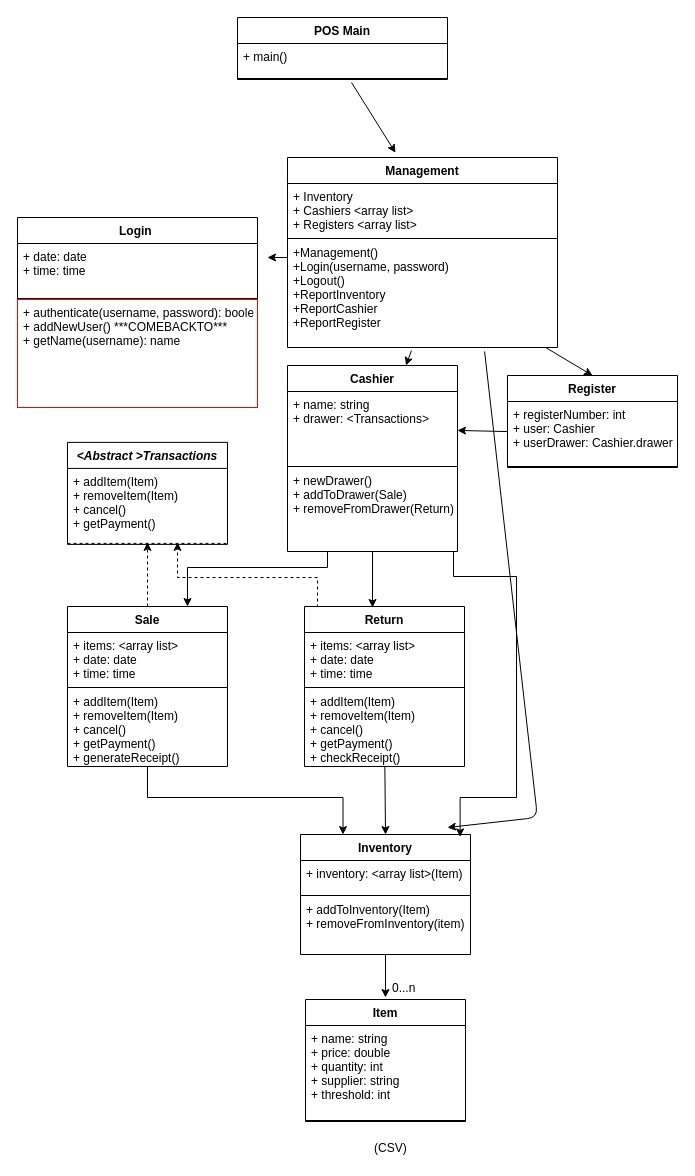
This is POS Clas Diagram.drawio from donovansmith/simple_pos, a draw.io file, before an edit. Source tidied: cells renumbered, new cells numbered last; positions are measured from the earlier drawing's top-left corner, leaving out a move shared by most shapes. Both pictures are drawn from the tidied source at 100%, with x=0, y=0 at pixel (17, 17).
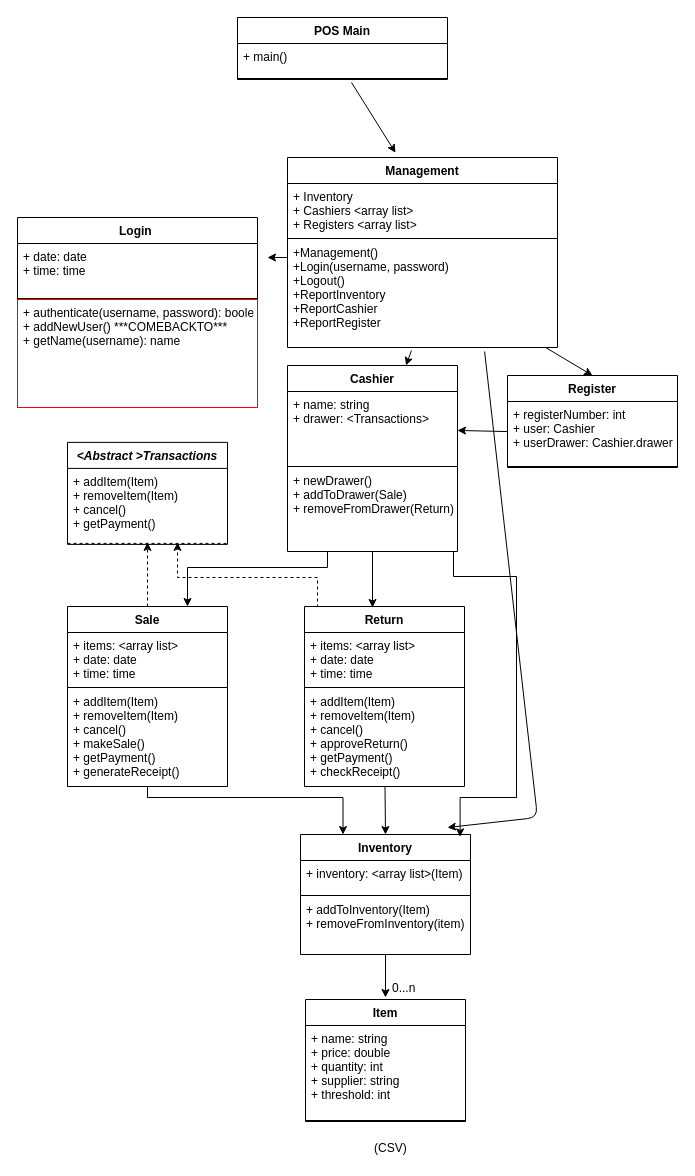
Above is the later version.

Diff of the diagram source:
```diff
@@
     <mxCell id="7" value="Sale" style="swimlane;fontStyle=1;align=center;verticalAlign=top;horizontal=1;startSize=26;" parent="1" vertex="1">
-      <mxGeometry x="50" y="589" width="160" height="160" as="geometry" />
+      <mxGeometry x="50" y="589" width="160" height="180" as="geometry" />
     </mxCell>
@@
-    <mxCell id="10" value="+ addItem(Item)&#10;+ removeItem(Item)&#10;+ cancel()&#10;+ getPayment()&#10;+ generateReceipt()" style="text;strokeColor=none;fillColor=none;align=left;verticalAlign=top;spacingLeft=4;spacingRight=4;overflow=hidden;points=[[0,0.5],[1,0.5]];portConstraint=eastwest;" parent="7" vertex="1">
-      <mxGeometry y="82" width="160" height="78" as="geometry" />
+    <mxCell id="10" value="+ addItem(Item)&#10;+ removeItem(Item)&#10;+ cancel()&#10;+ makeSale()&#10;+ getPayment()&#10;+ generateReceipt()" style="text;strokeColor=none;fillColor=none;align=left;verticalAlign=top;spacingLeft=4;spacingRight=4;overflow=hidden;points=[[0,0.5],[1,0.5]];portConstraint=eastwest;" parent="7" vertex="1">
+      <mxGeometry y="82" width="160" height="98" as="geometry" />
     </mxCell>
@@
     <mxCell id="24" value="Return" style="swimlane;fontStyle=1;align=center;verticalAlign=top;horizontal=1;startSize=26;" parent="1" vertex="1">
-      <mxGeometry x="287" y="589" width="160" height="160" as="geometry" />
+      <mxGeometry x="287" y="589" width="160" height="180" as="geometry" />
     </mxCell>
@@
-    <mxCell id="27" value="+ addItem(Item)&#10;+ removeItem(Item)&#10;+ cancel()&#10;+ getPayment()&#10;+ checkReceipt()&#10;" style="text;strokeColor=none;fillColor=none;align=left;verticalAlign=top;spacingLeft=4;spacingRight=4;overflow=hidden;points=[[0,0.5],[1,0.5]];portConstraint=eastwest;" parent="24" vertex="1">
-      <mxGeometry y="82" width="160" height="78" as="geometry" />
+    <mxCell id="27" value="+ addItem(Item)&#10;+ removeItem(Item)&#10;+ cancel()&#10;+ approveReturn()&#10;+ getPayment()&#10;+ checkReceipt()&#10;" style="text;strokeColor=none;fillColor=none;align=left;verticalAlign=top;spacingLeft=4;spacingRight=4;overflow=hidden;points=[[0,0.5],[1,0.5]];portConstraint=eastwest;" parent="24" vertex="1">
+      <mxGeometry y="82" width="160" height="98" as="geometry" />
     </mxCell>
```
